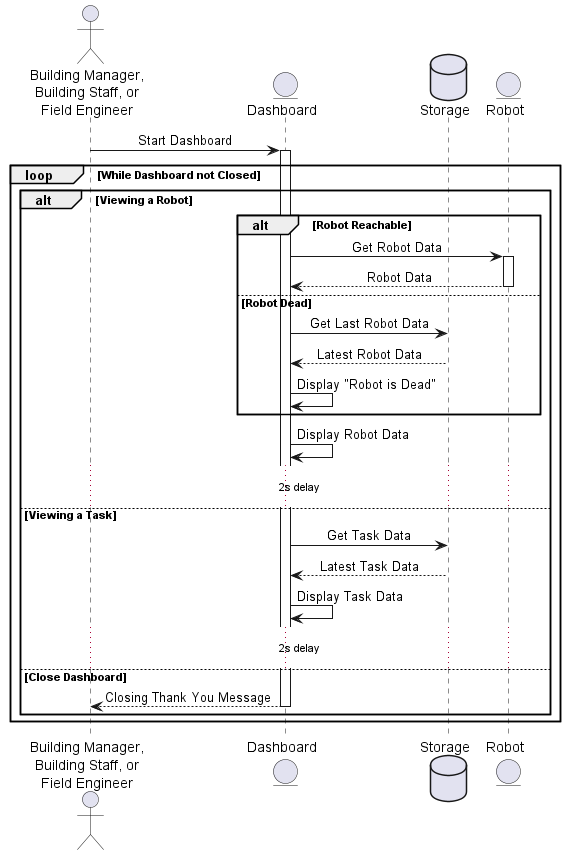
ur-swe-fa24/main-project-snoopy-corp keeps this PlantUML diagram as docs/design/png_files/view_status.png. Above is the earlier version.
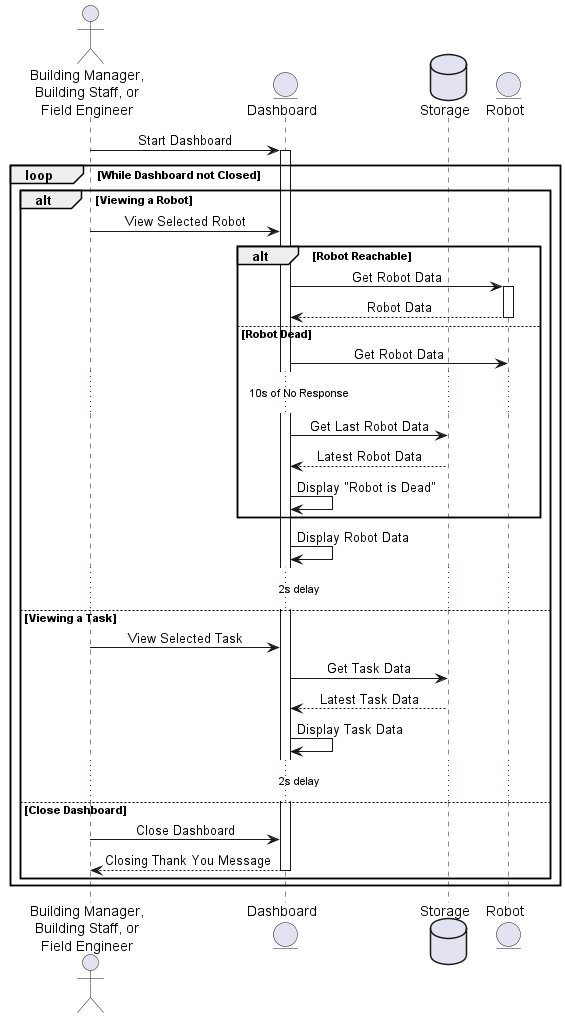
After the commit.

What changed in the source:
```diff
@@ -10,11 +10,14 @@
 activate Dashboard
 loop While Dashboard not Closed
 alt Viewing a Robot
+    User -> Dashboard: View Selected Robot
     alt Robot Reachable
         Dashboard -> Robot: Get Robot Data
         activate Robot
         return Robot Data
     else Robot Dead
+        Dashboard -> Robot: Get Robot Data
+        ... 10s of No Response ...
         Dashboard -> Storage: Get Last Robot Data
         Storage --> Dashboard: Latest Robot Data
         Dashboard -> Dashboard: Display "Robot is Dead"
@@ -22,11 +25,13 @@
     Dashboard -> Dashboard: Display Robot Data
     ... 2s delay ...
 else Viewing a Task
+    User -> Dashboard: View Selected Task
     Dashboard -> Storage: Get Task Data
     Storage --> Dashboard: Latest Task Data
     Dashboard -> Dashboard: Display Task Data
     ... 2s delay ...
 else Close Dashboard
+    User -> Dashboard: Close Dashboard
     return Closing Thank You Message
 end
 end
```
